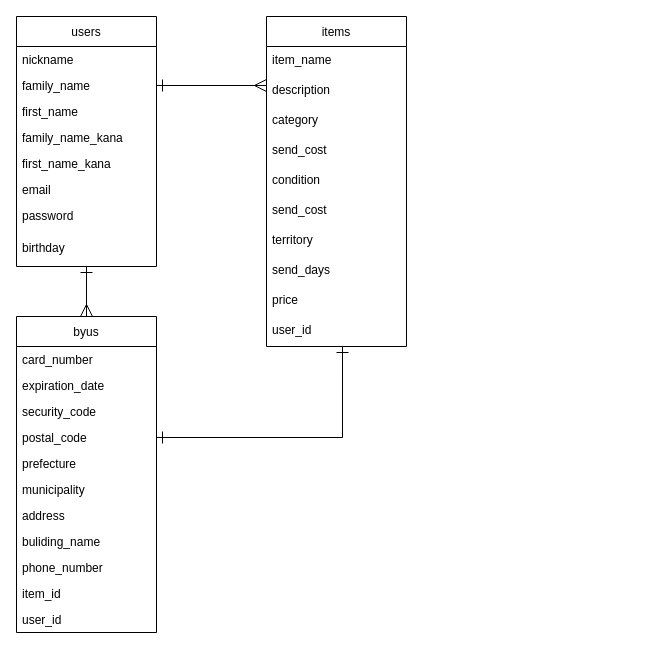
Before: furima.dio in TaijiHiraoka/furima-28641, a draw.io diagram. Source tidied: cells renumbered, new cells numbered last; positions are measured from the earlier drawing's top-left corner, leaving out a move shared by most shapes. Both pictures are drawn from the tidied source at 100%, with x=0, y=0 at pixel (16, 16).
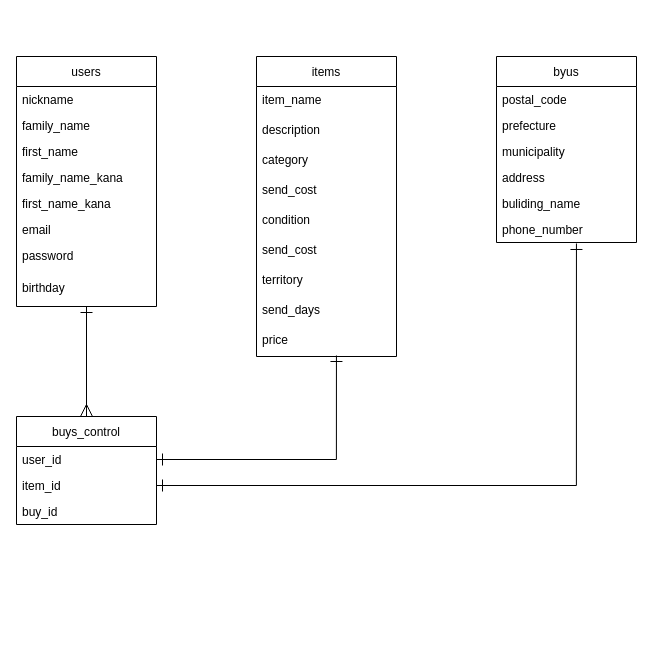
The same diagram, later.

The change refers to these unchanged cells:
```xml
<mxCell id="4" value="family_name" style="text;strokeColor=none;fillColor=none;align=left;verticalAlign=top;spacingLeft=4;spacingRight=4;overflow=hidden;points=[[0,0.5],[1,0.5]];portConstraint=eastwest;" parent="2" vertex="1">
  <mxGeometry y="56" width="140" height="26" as="geometry" />
</mxCell>
<mxCell id="10" value="birthday" style="text;align=left;verticalAlign=top;spacingLeft=4;spacingRight=4;overflow=hidden;points=[[0,0.5],[1,0.5]];portConstraint=eastwest;direction=north;" parent="2" vertex="1">
  <mxGeometry y="218" width="140" height="32" as="geometry" />
</mxCell>
<mxCell id="13" value="description" style="text;strokeColor=none;fillColor=none;align=left;verticalAlign=top;spacingLeft=4;spacingRight=4;overflow=hidden;points=[[0,0.5],[1,0.5]];portConstraint=eastwest;" parent="11" vertex="1">
  <mxGeometry y="60" width="140" height="30" as="geometry" />
</mxCell>
<mxCell id="20" value="price" style="text;strokeColor=none;fillColor=none;align=left;verticalAlign=top;spacingLeft=4;spacingRight=4;overflow=hidden;points=[[0,0.5],[1,0.5]];portConstraint=eastwest;" parent="11" vertex="1">
  <mxGeometry y="270" width="140" height="30" as="geometry" />
</mxCell>
```

Change to the diagram source:
```diff
@@
     <mxCell id="2" value="users" style="swimlane;fontStyle=0;horizontal=1;startSize=30;fillColor=none;" parent="1" vertex="1">
-      <mxGeometry width="140" height="250" as="geometry" />
+      <mxGeometry y="40" width="140" height="250" as="geometry" />
     </mxCell>
@@
     <mxCell id="11" value="items" style="swimlane;fontStyle=0;horizontal=1;startSize=30;fillColor=none;" parent="1" vertex="1">
-      <mxGeometry x="250" width="140" height="330" as="geometry" />
+      <mxGeometry x="240" y="40" width="140" height="300" as="geometry" />
     </mxCell>
@@
-    <mxCell id="21" value="user_id" style="text;strokeColor=none;fillColor=none;align=left;verticalAlign=top;spacingLeft=4;spacingRight=4;overflow=hidden;points=[[0,0.5],[1,0.5]];portConstraint=eastwest;" parent="11" vertex="1">
-      <mxGeometry y="300" width="140" height="30" as="geometry" />
-    </mxCell>
-    <mxCell id="22" style="edgeStyle=orthogonalEdgeStyle;rounded=0;jettySize=auto;html=1;exitX=0;exitY=0.5;exitDx=0;exitDy=0;entryX=0.5;entryY=0;entryDx=0;entryDy=0;endArrow=ERmany;endFill=0;startSize=10;endSize=10;startArrow=ERone;startFill=0;" parent="1" edge="1" source="10" target="25">
-      <mxGeometry relative="1" as="geometry" />
-    </mxCell>
-    <mxCell id="23" style="edgeStyle=orthogonalEdgeStyle;rounded=0;jettySize=auto;html=1;exitX=1;exitY=0.5;exitDx=0;exitDy=0;entryX=0.543;entryY=1;entryDx=0;entryDy=0;entryPerimeter=0;endArrow=ERone;endFill=0;startArrow=ERone;startFill=0;endSize=10;startSize=10;" parent="1" edge="1" source="29" target="21">
-      <mxGeometry relative="1" as="geometry" />
-    </mxCell>
-    <mxCell id="24" style="edgeStyle=orthogonalEdgeStyle;rounded=0;jettySize=auto;html=1;exitX=1;exitY=0.5;exitDx=0;exitDy=0;entryX=0;entryY=0.3;entryDx=0;entryDy=0;entryPerimeter=0;startArrow=ERone;startFill=0;startSize=10;endArrow=ERmany;endFill=0;endSize=10;" parent="1" edge="1" source="4" target="13">
-      <mxGeometry relative="1" as="geometry" />
-    </mxCell>
     <mxCell id="25" value="byus" style="swimlane;fontStyle=0;horizontal=1;startSize=30;fillColor=none;" parent="1" vertex="1">
-      <mxGeometry y="300" width="140" height="316" as="geometry" />
+      <mxGeometry x="480" y="40" width="140" height="186" as="geometry" />
     </mxCell>
-    <mxCell id="26" value="card_number" style="text;strokeColor=none;fillColor=none;align=left;verticalAlign=top;spacingLeft=4;spacingRight=4;overflow=hidden;" parent="25" vertex="1">
-      <mxGeometry y="30" width="140" height="26" as="geometry" />
-    </mxCell>
-    <mxCell id="27" value="expiration_date" style="text;strokeColor=none;fillColor=none;align=left;verticalAlign=top;spacingLeft=4;spacingRight=4;overflow=hidden;" parent="25" vertex="1">
-      <mxGeometry y="56" width="140" height="26" as="geometry" />
-    </mxCell>
-    <mxCell id="28" value="security_code" style="text;strokeColor=none;fillColor=none;align=left;verticalAlign=top;spacingLeft=4;spacingRight=4;overflow=hidden;" parent="25" vertex="1">
-      <mxGeometry y="82" width="140" height="26" as="geometry" />
-    </mxCell>
     <mxCell id="29" value="postal_code" style="text;strokeColor=none;fillColor=none;align=left;verticalAlign=top;spacingLeft=4;spacingRight=4;overflow=hidden;points=[[0,0.5],[1,0.5]];portConstraint=eastwest;" parent="25" vertex="1">
-      <mxGeometry y="108" width="140" height="26" as="geometry" />
+      <mxGeometry y="30" width="140" height="26" as="geometry" />
     </mxCell>
     <mxCell id="30" value="prefecture" style="text;strokeColor=none;fillColor=none;align=left;verticalAlign=top;spacingLeft=4;spacingRight=4;overflow=hidden;" parent="25" vertex="1">
-      <mxGeometry y="134" width="140" height="26" as="geometry" />
+      <mxGeometry y="56" width="140" height="26" as="geometry" />
     </mxCell>
     <mxCell id="31" value="municipality" style="text;strokeColor=none;fillColor=none;align=left;verticalAlign=top;spacingLeft=4;spacingRight=4;overflow=hidden;" parent="25" vertex="1">
-      <mxGeometry y="160" width="140" height="26" as="geometry" />
+      <mxGeometry y="82" width="140" height="26" as="geometry" />
     </mxCell>
     <mxCell id="32" value="address" style="text;strokeColor=none;fillColor=none;align=left;verticalAlign=top;spacingLeft=4;spacingRight=4;overflow=hidden;" parent="25" vertex="1">
-      <mxGeometry y="186" width="140" height="26" as="geometry" />
+      <mxGeometry y="108" width="140" height="26" as="geometry" />
     </mxCell>
     <mxCell id="33" value="buliding_name" style="text;strokeColor=none;fillColor=none;align=left;verticalAlign=top;spacingLeft=4;spacingRight=4;overflow=hidden;" parent="25" vertex="1">
-      <mxGeometry y="212" width="140" height="26" as="geometry" />
+      <mxGeometry y="134" width="140" height="26" as="geometry" />
     </mxCell>
     <mxCell id="34" value="phone_number" style="text;strokeColor=none;fillColor=none;align=left;verticalAlign=top;spacingLeft=4;spacingRight=4;overflow=hidden;points=[[0,0.5],[1,0.5]];portConstraint=eastwest;" parent="25" vertex="1">
-      <mxGeometry y="238" width="140" height="26" as="geometry" />
+      <mxGeometry y="160" width="140" height="26" as="geometry" />
     </mxCell>
+    <mxCell id="37" value="buys_control" style="swimlane;fontStyle=0;horizontal=1;startSize=30;fillColor=none;" parent="1" vertex="1">
+      <mxGeometry y="400" width="140" height="108" as="geometry" />
+    </mxCell>
+    <mxCell id="38" value="user_id" style="text;strokeColor=none;fillColor=none;align=left;verticalAlign=top;spacingLeft=4;spacingRight=4;overflow=hidden;points=[[0,0.5],[1,0.5]];portConstraint=eastwest;" parent="37" vertex="1">
+      <mxGeometry y="30" width="140" height="26" as="geometry" />
+    </mxCell>
-    <mxCell id="35" value="item_id" style="text;strokeColor=none;fillColor=none;align=left;verticalAlign=top;spacingLeft=4;spacingRight=4;overflow=hidden;points=[[0,0.5],[1,0.5]];portConstraint=eastwest;" parent="25" vertex="1">
-      <mxGeometry y="264" width="140" height="26" as="geometry" />
+    <mxCell id="35" value="item_id" style="text;strokeColor=none;fillColor=none;align=left;verticalAlign=top;spacingLeft=4;spacingRight=4;overflow=hidden;points=[[0,0.5],[1,0.5]];portConstraint=eastwest;" parent="37" vertex="1">
+      <mxGeometry y="56" width="140" height="26" as="geometry" />
     </mxCell>
-    <mxCell id="36" value="user_id" style="text;strokeColor=none;fillColor=none;align=left;verticalAlign=top;spacingLeft=4;spacingRight=4;overflow=hidden;" parent="25" vertex="1">
-      <mxGeometry y="290" width="140" height="26" as="geometry" />
-    </mxCell>
+    <mxCell id="39" value="buy_id" style="text;strokeColor=none;fillColor=none;align=left;verticalAlign=top;spacingLeft=4;spacingRight=4;overflow=hidden;" parent="37" vertex="1">
+      <mxGeometry y="82" width="140" height="26" as="geometry" />
+    </mxCell>
+    <mxCell id="40" style="edgeStyle=orthogonalEdgeStyle;rounded=0;jettySize=auto;html=1;exitX=0;exitY=0.5;exitDx=0;exitDy=0;entryX=0.5;entryY=0;entryDx=0;entryDy=0;endArrow=ERmany;endFill=0;startArrow=ERone;startFill=0;endSize=10;startSize=10;" parent="1" edge="1" source="10" target="37">
+      <mxGeometry relative="1" as="geometry" />
+    </mxCell>
+    <mxCell id="41" style="edgeStyle=orthogonalEdgeStyle;rounded=0;jettySize=auto;html=1;exitX=1;exitY=0.5;exitDx=0;exitDy=0;entryX=0.571;entryY=0.967;entryDx=0;entryDy=0;entryPerimeter=0;startArrow=ERone;startFill=0;startSize=10;endArrow=ERone;endFill=0;endSize=10;" parent="1" edge="1" source="38" target="20">
+      <mxGeometry relative="1" as="geometry" />
+    </mxCell>
+    <mxCell id="42" style="edgeStyle=orthogonalEdgeStyle;rounded=0;jettySize=auto;html=1;exitX=1;exitY=0.5;exitDx=0;exitDy=0;startArrow=ERone;startFill=0;startSize=10;endArrow=ERone;endFill=0;endSize=10;entryX=0.571;entryY=1.038;entryDx=0;entryDy=0;entryPerimeter=0;" parent="1" edge="1" source="35" target="34">
+      <mxGeometry relative="1" as="geometry" />
+    </mxCell>
```
